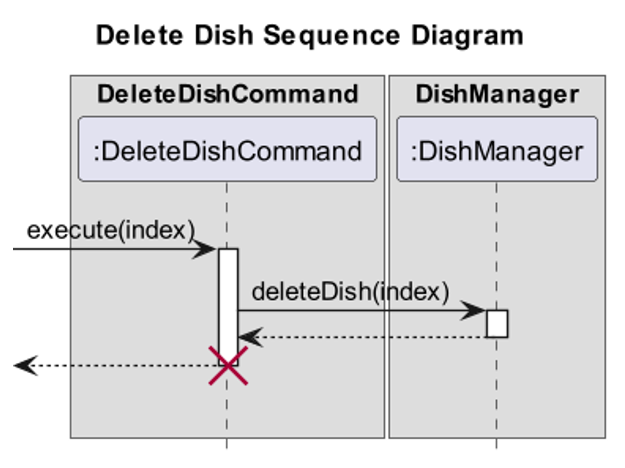
Above: docs/uml/images/DeleteDishCommandSequenceDiagram.png in nus-cs2113-AY2223S2/tp (PlantUML), before the change. Its source is kept beside it as docs/uml/DeleteDishCommandSequenceDiagram.puml.
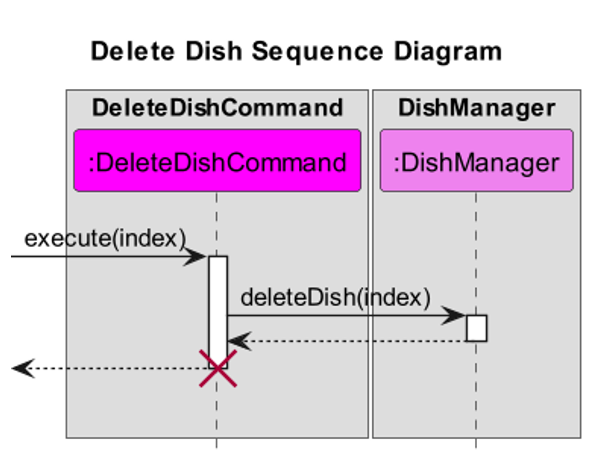
The same diagram one commit later.

Commit message:
Update Dish UML sequence diagrams with colors

The edit, as a diff of the source:
```diff
@@ -1,13 +1,14 @@
 @startuml
+!include Style.puml
 hide footbox
 title Delete Dish Sequence Diagram
 
 box "DeleteDishCommand"
-participant ":DeleteDishCommand" as DeleteDishCommand
+participant ":DeleteDishCommand" as DeleteDishCommand COMMAND_COLOR
 endbox
 
 box "DishManager"
-participant ":DishManager" as DishManager
+participant ":DishManager" as DishManager MANAGER_COLOR
 endbox
 
 -> DeleteDishCommand: execute(index)
```
